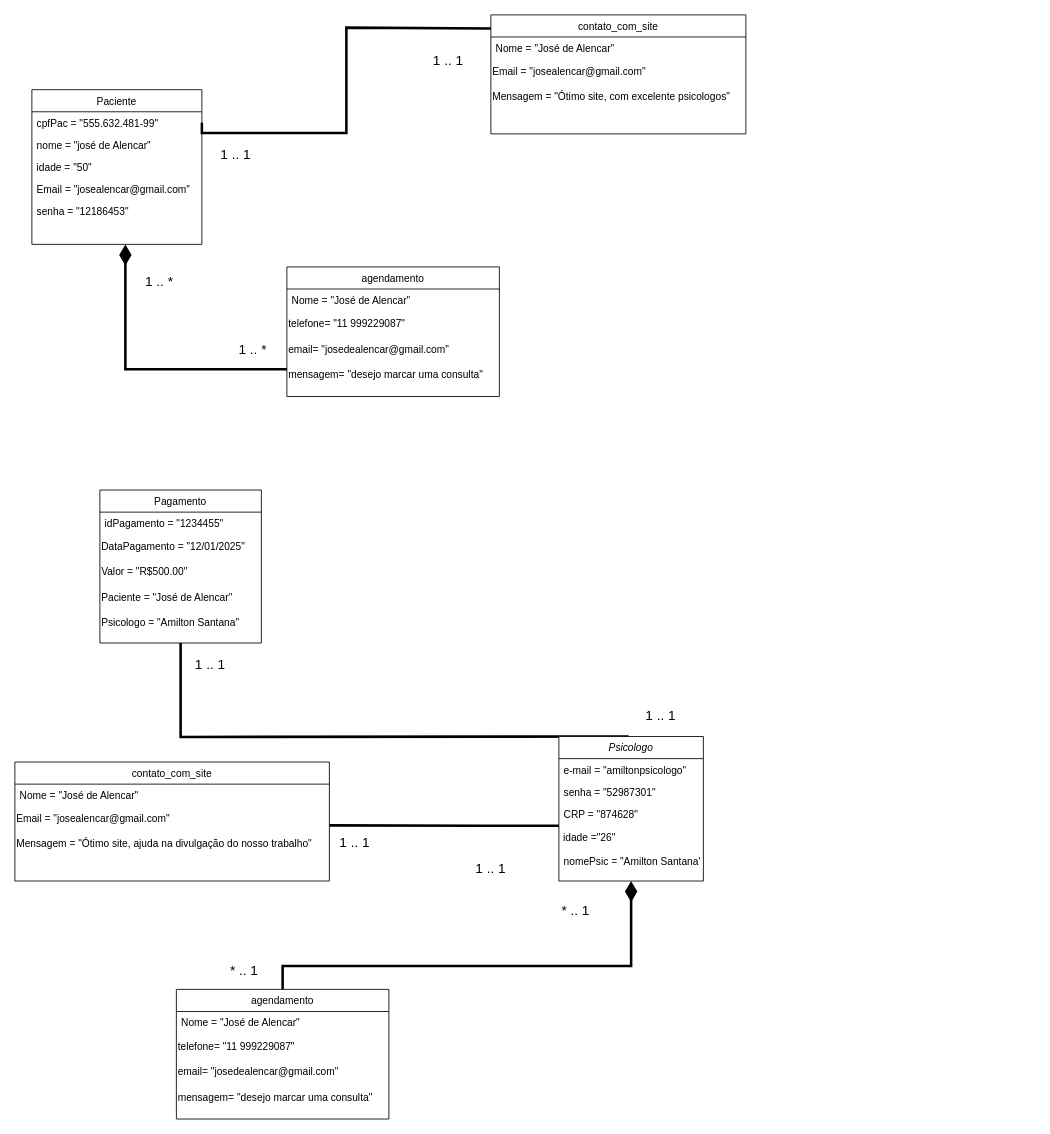
Earlier version of the draw.io diagram diagramadeobjeto.drawio (Patadaoikkk/uml). Source tidied: cells renumbered, new cells numbered last; positions are measured from the earlier drawing's top-left corner, leaving out a move shared by most shapes. Both pictures are drawn from the tidied source at 85%, with x=0, y=0 at pixel (14, 14).
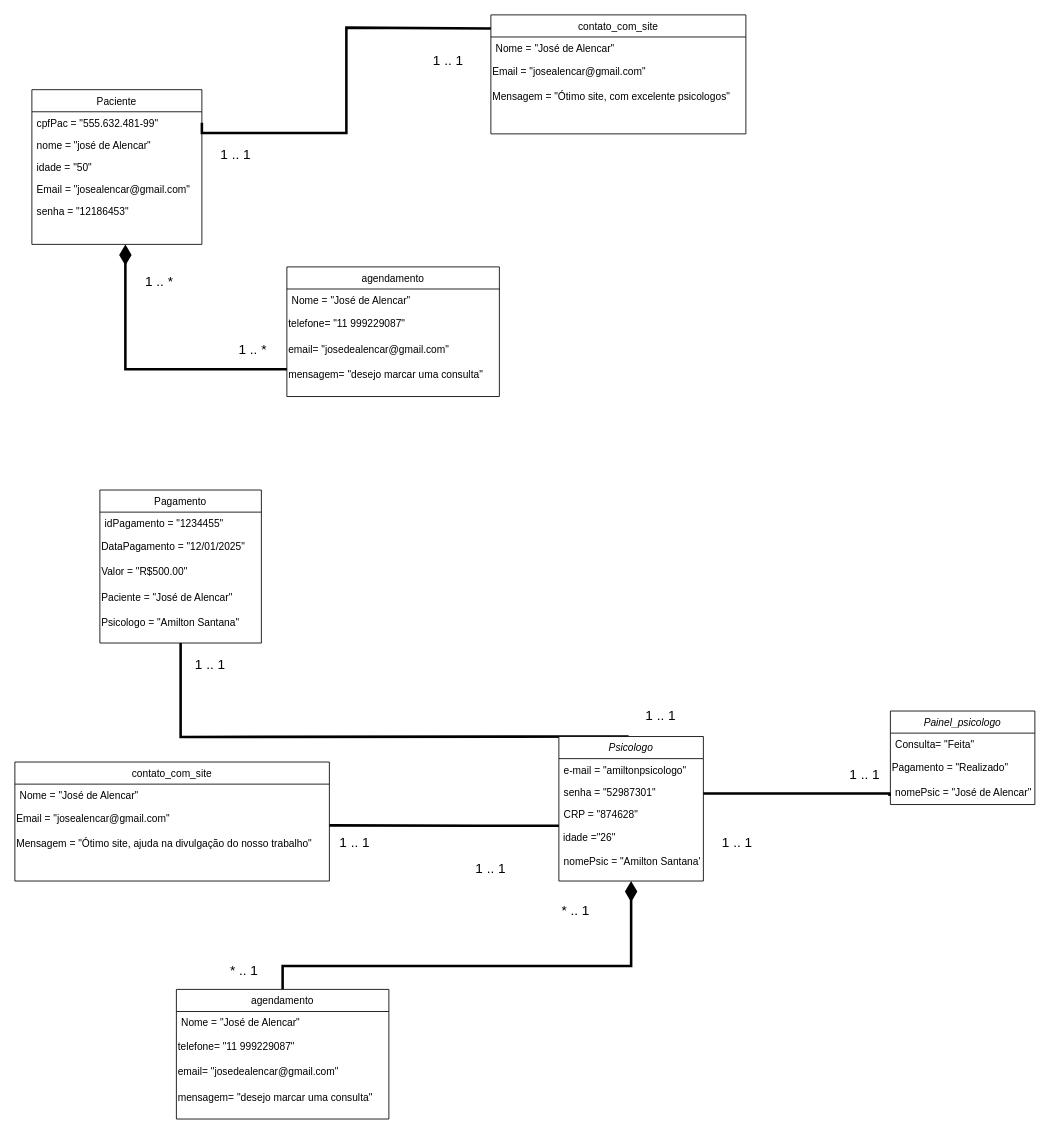
The same diagram, later.

The change refers to these unchanged cells:
```xml
<mxCell id="7" value="senha = &quot;52987301&quot;" style="text;align=left;verticalAlign=top;spacingLeft=4;spacingRight=4;overflow=hidden;points=[[0,0.5],[1,0.5]];portConstraint=eastwest;rounded=0;shadow=0;html=0;" parent="5" vertex="1">
  <mxGeometry y="52" width="170" height="26" as="geometry" />
</mxCell>
```

The edit, as a diff of the source:
```diff
@@
+    <mxCell id="53" value="Painel_psicologo" style="swimlane;fontStyle=2;align=center;verticalAlign=top;horizontal=1;startSize=26;rounded=0;shadow=0;strokeWidth=1;" parent="1" vertex="1">
+      <mxGeometry x="1030" y="819" width="170" height="110" as="geometry" />
+    </mxCell>
+    <mxCell id="54" value="Consulta= &quot;Feita&quot;" style="text;align=left;verticalAlign=top;spacingLeft=4;spacingRight=4;overflow=hidden;" parent="53" vertex="1">
+      <mxGeometry y="26" width="170" height="26" as="geometry" />
+    </mxCell>
+    <mxCell id="55" value="Pagamento = &quot;Realizado&quot;" style="text;html=1;align=left;verticalAlign=middle;strokeColor=none;fillColor=none;" parent="53" vertex="1">
+      <mxGeometry y="52" width="170" height="30" as="geometry" />
+    </mxCell>
+    <mxCell id="56" value="nomePsic = &quot;José de Alencar&quot;" style="text;align=left;verticalAlign=top;spacingLeft=4;spacingRight=4;overflow=hidden;" parent="53" vertex="1">
+      <mxGeometry y="82" width="170" height="26" as="geometry" />
+    </mxCell>
+    <mxCell id="57" value="&lt;font style=&quot;font-size: 16px;&quot;&gt;1 .. 1&lt;/font&gt;" style="text;html=1;align=center;verticalAlign=middle;whiteSpace=wrap;rounded=0;strokeWidth=6;" parent="1" vertex="1">
+      <mxGeometry x="820" y="949" width="60" height="50" as="geometry" />
+    </mxCell>
+    <mxCell id="58" style="edgeStyle=orthogonalEdgeStyle;rounded=0;jettySize=auto;html=1;endArrow=none;endFill=0;strokeWidth=3;" parent="1" edge="1" source="7">
+      <mxGeometry relative="1" as="geometry">
+        <mxPoint x="1029" y="919" as="targetPoint" />
+        <Array as="points">
+          <mxPoint x="1029" y="916" />
+        </Array>
+      </mxGeometry>
+    </mxCell>
+    <mxCell id="59" value="&lt;font style=&quot;font-size: 16px;&quot;&gt;1 .. 1&lt;/font&gt;" style="text;html=1;align=center;verticalAlign=middle;whiteSpace=wrap;rounded=0;strokeWidth=6;" parent="1" vertex="1">
+      <mxGeometry x="970" y="869" width="60" height="50" as="geometry" />
+    </mxCell>
```
